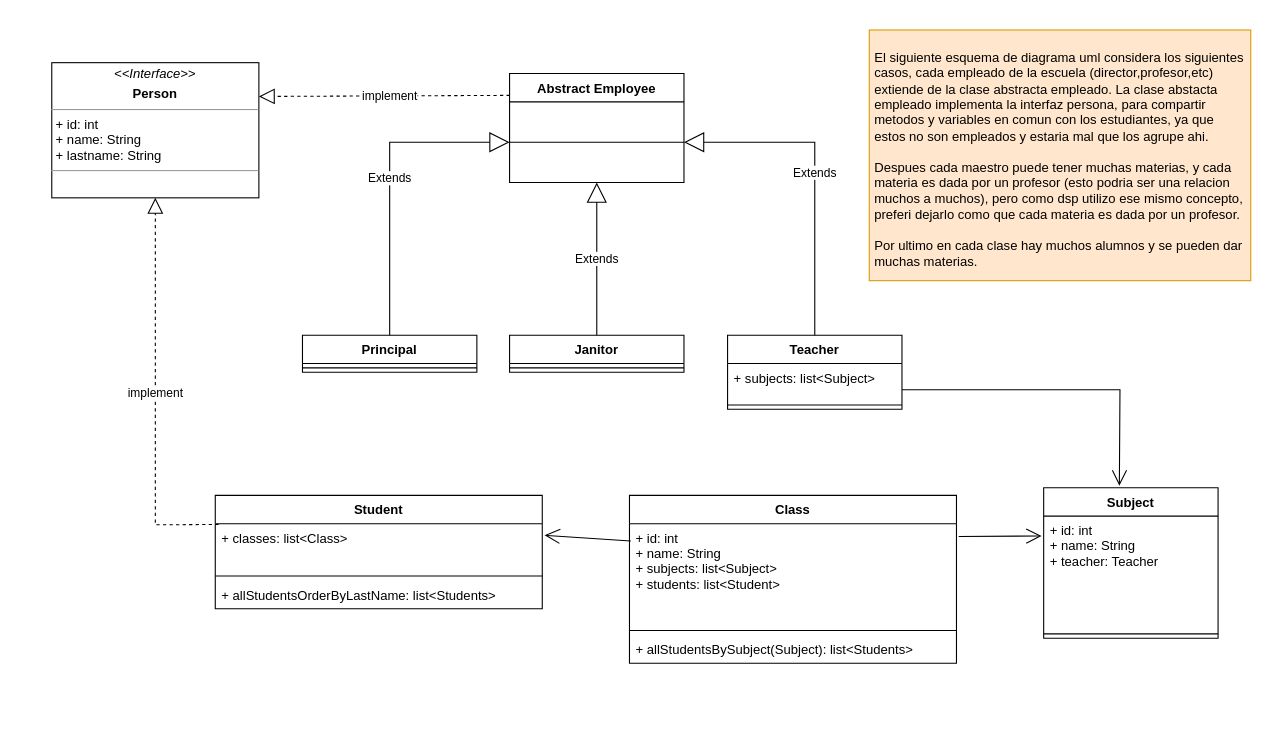
The draw.io diagram dmaceira-exercise1.drawio in diegomaceira/teracode, before the edit. Source tidied: cells renumbered, new cells numbered last; positions are measured from the earlier drawing's top-left corner, leaving out a move shared by most shapes. Both pictures are drawn from the tidied source at 109%, with x=0, y=0 at pixel (51, 29).
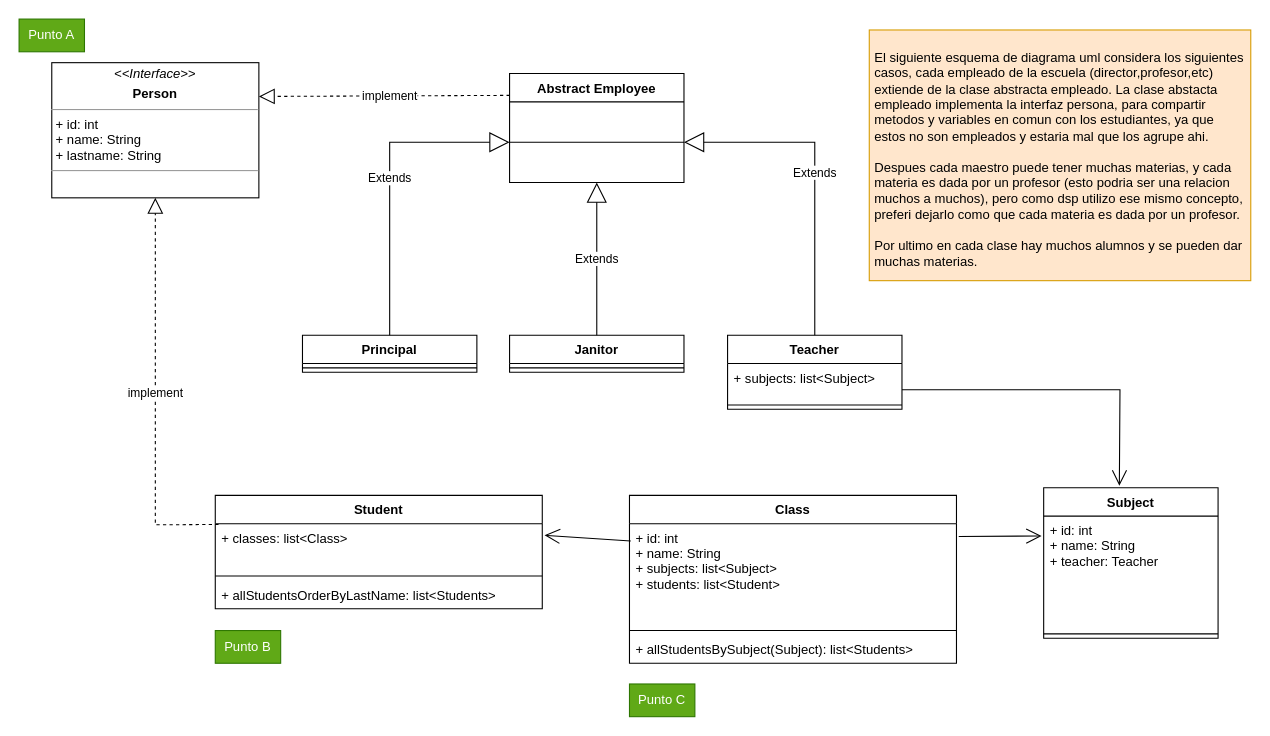
Above is the later version.

Change to the diagram source:
```diff
@@
+    <mxCell id="33" value="Punto A" style="text;html=1;strokeColor=#2D7600;fillColor=#60a917;align=center;verticalAlign=middle;whiteSpace=wrap;rounded=0;fontColor=#ffffff;" parent="1" vertex="1">
+      <mxGeometry x="-30" y="-10" width="60" height="30" as="geometry" />
+    </mxCell>
+    <mxCell id="34" value="Punto B" style="text;html=1;strokeColor=#2D7600;fillColor=#60a917;align=center;verticalAlign=middle;whiteSpace=wrap;rounded=0;fontColor=#ffffff;" parent="1" vertex="1">
+      <mxGeometry x="150" y="551" width="60" height="30" as="geometry" />
+    </mxCell>
+    <mxCell id="35" value="Punto C" style="text;html=1;strokeColor=#2D7600;fillColor=#60a917;align=center;verticalAlign=middle;whiteSpace=wrap;rounded=0;fontColor=#ffffff;" parent="1" vertex="1">
+      <mxGeometry x="530" y="600" width="60" height="30" as="geometry" />
+    </mxCell>
```
